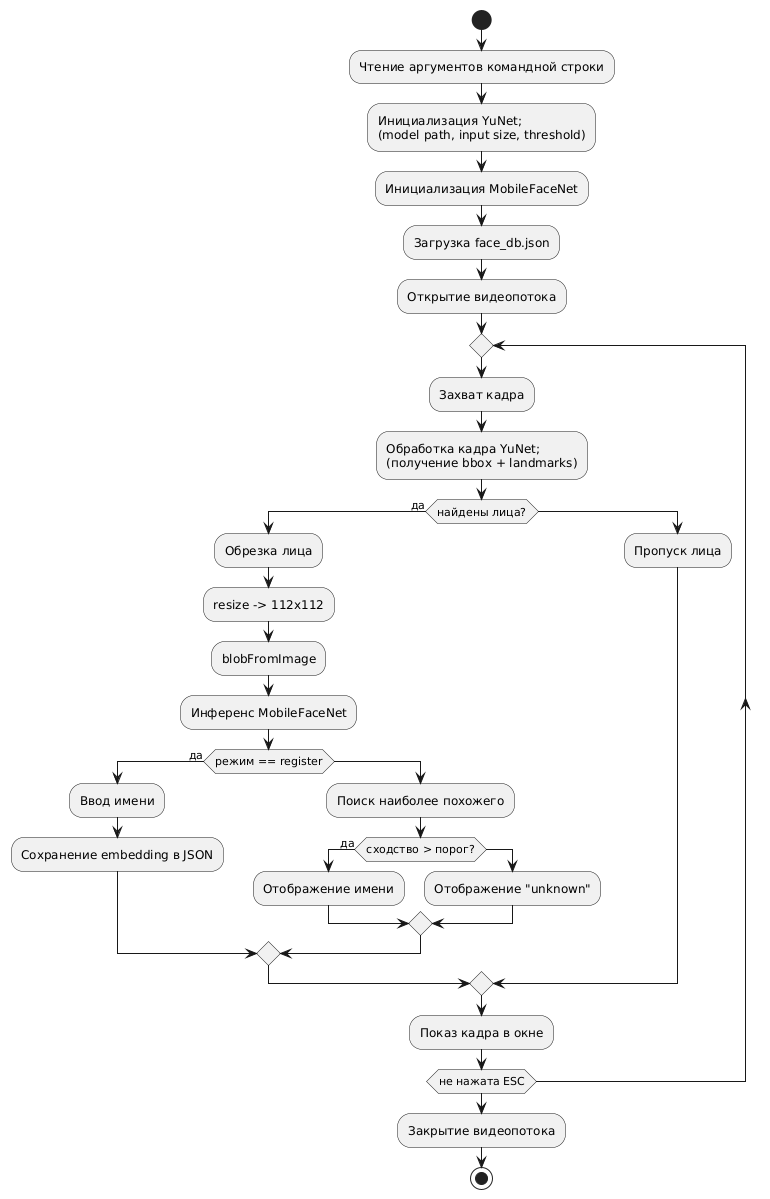
This is materials/diagram.png from lenchik-en/facedetection, a PlantUML export, as it was before one commit.
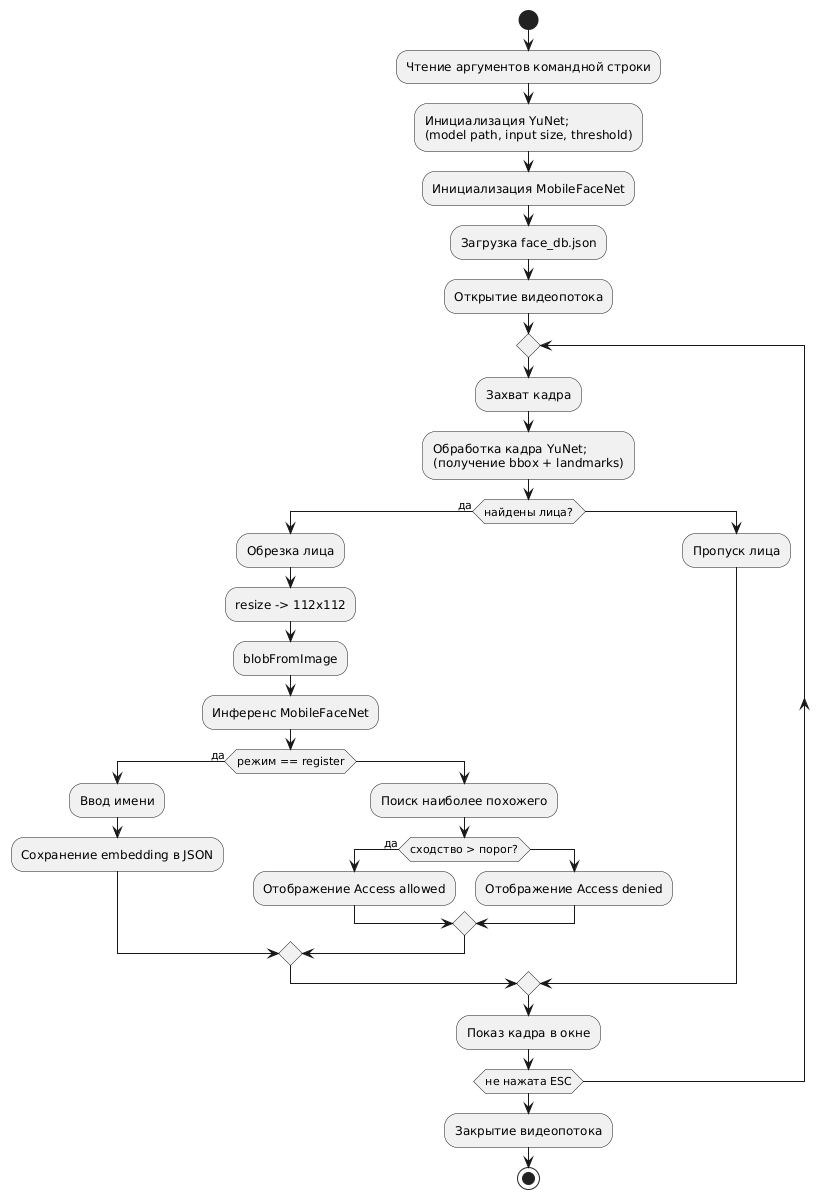
After the commit.

What changed in the source:
```diff
@@ -23,9 +23,9 @@
     else
       :Поиск наиболее похожего;
       if (сходство > порог?) then (да)
-        :Отображение имени;
+        :Отображение Access allowed;
       else
-        :Отображение "unknown";
+        :Отображение Access denied;
       endif
     endif
   else
```
